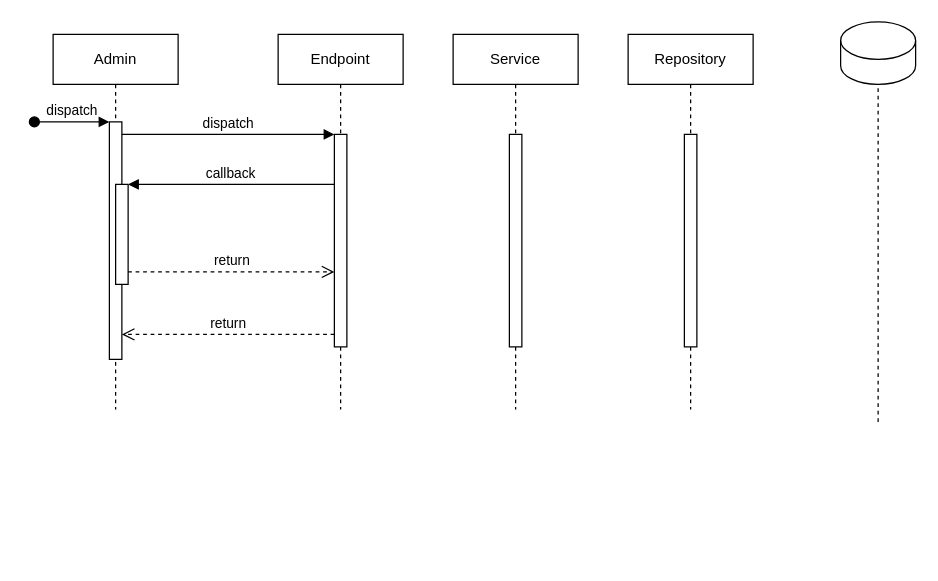
The draw.io diagram Documentation/Untitled Diagram.drawio in IvoRum/Fit-Fusion, before the edit. Source tidied: cells renumbered, new cells numbered last; positions are measured from the earlier drawing's top-left corner, leaving out a move shared by most shapes. Both pictures are drawn from the tidied source at 125%, with x=0, y=0 at pixel (34, 21).
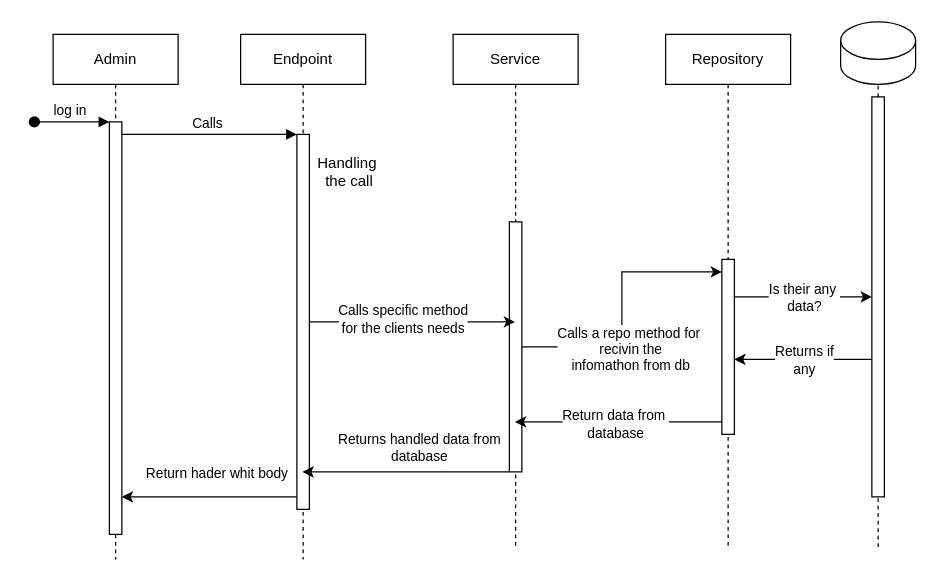
After the change.

Unchanged cells that the change refers to:
```xml
<mxCell id="16" style="shape=cylinder3;whiteSpace=wrap;html=1;boundedLbl=1;backgroundOutline=1;size=15;" parent="1" vertex="1">
  <mxGeometry x="645" width="60" height="50" as="geometry" />
</mxCell>
```

The edit, as a diff of the source:
```diff
@@
     <mxCell id="2" value="Admin" style="shape=umlLifeline;perimeter=lifelinePerimeter;whiteSpace=wrap;html=1;newEdgeStyle={&quot;edgeStyle&quot;:&quot;elbowEdgeStyle&quot;,&quot;elbow&quot;:&quot;vertical&quot;,&quot;curved&quot;:0,&quot;rounded&quot;:0};" parent="1" vertex="1">
-      <mxGeometry x="15" y="10" width="100" height="300" as="geometry" />
+      <mxGeometry x="15" y="10" width="100" height="420" as="geometry" />
     </mxCell>
     <mxCell id="3" style="html=1;points=[];perimeter=orthogonalPerimeter;outlineConnect=0;targetShapes=umlLifeline;portConstraint=eastwest;newEdgeStyle={&quot;edgeStyle&quot;:&quot;elbowEdgeStyle&quot;,&quot;elbow&quot;:&quot;vertical&quot;,&quot;curved&quot;:0,&quot;rounded&quot;:0};" parent="2" vertex="1">
-      <mxGeometry x="45" y="70" width="10" height="190" as="geometry" />
+      <mxGeometry x="45" y="70" width="10" height="330" as="geometry" />
     </mxCell>
-    <mxCell id="4" value="dispatch" style="html=1;verticalAlign=bottom;startArrow=oval;endArrow=block;startSize=8;edgeStyle=elbowEdgeStyle;elbow=vertical;curved=0;rounded=0;" parent="2" edge="1" target="3">
+    <mxCell id="4" value="log in&amp;nbsp;" style="html=1;verticalAlign=bottom;startArrow=oval;endArrow=block;startSize=8;edgeStyle=elbowEdgeStyle;elbow=vertical;curved=0;rounded=0;" parent="2" edge="1" target="3">
       <mxGeometry relative="1" as="geometry">
         <mxPoint x="-15" y="70" as="sourcePoint" />
       </mxGeometry>
     </mxCell>
-    <mxCell id="5" style="html=1;points=[];perimeter=orthogonalPerimeter;outlineConnect=0;targetShapes=umlLifeline;portConstraint=eastwest;newEdgeStyle={&quot;edgeStyle&quot;:&quot;elbowEdgeStyle&quot;,&quot;elbow&quot;:&quot;vertical&quot;,&quot;curved&quot;:0,&quot;rounded&quot;:0};" parent="2" vertex="1">
-      <mxGeometry x="50" y="120" width="10" height="80" as="geometry" />
-    </mxCell>
     <mxCell id="6" value="Endpoint" style="shape=umlLifeline;perimeter=lifelinePerimeter;whiteSpace=wrap;html=1;outlineConnect=0;portConstraint=eastwest;newEdgeStyle={&quot;edgeStyle&quot;:&quot;elbowEdgeStyle&quot;,&quot;elbow&quot;:&quot;vertical&quot;,&quot;curved&quot;:0,&quot;rounded&quot;:0};" parent="1" vertex="1">
-      <mxGeometry x="195" y="10" width="100" height="300" as="geometry" />
+      <mxGeometry x="165" y="10" width="100" height="420" as="geometry" />
     </mxCell>
     <mxCell id="7" style="html=1;points=[];perimeter=orthogonalPerimeter;outlineConnect=0;targetShapes=umlLifeline;portConstraint=eastwest;newEdgeStyle={&quot;edgeStyle&quot;:&quot;elbowEdgeStyle&quot;,&quot;elbow&quot;:&quot;vertical&quot;,&quot;curved&quot;:0,&quot;rounded&quot;:0};" parent="6" vertex="1">
-      <mxGeometry x="45" y="80" width="10" height="170" as="geometry" />
+      <mxGeometry x="45" y="80" width="10" height="300" as="geometry" />
     </mxCell>
-    <mxCell id="8" value="dispatch" style="html=1;verticalAlign=bottom;endArrow=block;edgeStyle=elbowEdgeStyle;elbow=vertical;curved=0;rounded=0;" parent="1" edge="1" source="3" target="7">
+    <mxCell id="8" value="Calls&amp;nbsp;" style="html=1;verticalAlign=bottom;endArrow=block;edgeStyle=elbowEdgeStyle;elbow=vertical;curved=0;rounded=0;" parent="1" edge="1" source="3" target="7">
       <mxGeometry relative="1" as="geometry">
         <Array as="points">
           <mxPoint x="155" y="90" />
         </Array>
       </mxGeometry>
     </mxCell>
-    <mxCell id="9" value="return" style="html=1;verticalAlign=bottom;endArrow=open;dashed=1;endSize=8;edgeStyle=elbowEdgeStyle;elbow=vertical;curved=0;rounded=0;" parent="1" edge="1" source="7" target="3">
-      <mxGeometry relative="1" as="geometry">
-        <Array as="points">
-          <mxPoint x="165" y="250" />
-        </Array>
-      </mxGeometry>
-    </mxCell>
-    <mxCell id="10" value="callback" style="html=1;verticalAlign=bottom;endArrow=block;edgeStyle=elbowEdgeStyle;elbow=vertical;curved=0;rounded=0;" parent="1" edge="1" source="7" target="5">
-      <mxGeometry relative="1" as="geometry">
-        <Array as="points">
-          <mxPoint x="165" y="130" />
-        </Array>
-      </mxGeometry>
-    </mxCell>
-    <mxCell id="11" value="return" style="html=1;verticalAlign=bottom;endArrow=open;dashed=1;endSize=8;edgeStyle=elbowEdgeStyle;elbow=vertical;curved=0;rounded=0;" parent="1" edge="1" source="5" target="7">
-      <mxGeometry relative="1" as="geometry">
-        <Array as="points">
-          <mxPoint x="155" y="200" />
-        </Array>
-      </mxGeometry>
-    </mxCell>
     <mxCell id="12" value="Service" style="shape=umlLifeline;perimeter=lifelinePerimeter;whiteSpace=wrap;html=1;outlineConnect=0;portConstraint=eastwest;newEdgeStyle={&quot;edgeStyle&quot;:&quot;elbowEdgeStyle&quot;,&quot;elbow&quot;:&quot;vertical&quot;,&quot;curved&quot;:0,&quot;rounded&quot;:0};" parent="1" vertex="1">
-      <mxGeometry x="335" y="10" width="100" height="300" as="geometry" />
+      <mxGeometry x="335" y="10" width="100" height="410" as="geometry" />
     </mxCell>
     <mxCell id="13" style="html=1;points=[];perimeter=orthogonalPerimeter;outlineConnect=0;targetShapes=umlLifeline;portConstraint=eastwest;newEdgeStyle={&quot;edgeStyle&quot;:&quot;elbowEdgeStyle&quot;,&quot;elbow&quot;:&quot;vertical&quot;,&quot;curved&quot;:0,&quot;rounded&quot;:0};" parent="12" vertex="1">
-      <mxGeometry x="45" y="80" width="10" height="170" as="geometry" />
+      <mxGeometry x="45" y="150" width="10" height="200" as="geometry" />
     </mxCell>
     <mxCell id="14" value="Repository" style="shape=umlLifeline;perimeter=lifelinePerimeter;whiteSpace=wrap;html=1;newEdgeStyle={&quot;edgeStyle&quot;:&quot;elbowEdgeStyle&quot;,&quot;elbow&quot;:&quot;vertical&quot;,&quot;curved&quot;:0,&quot;rounded&quot;:0};" parent="1" vertex="1">
-      <mxGeometry x="475" y="10" width="100" height="300" as="geometry" />
+      <mxGeometry x="505" y="10" width="100" height="410" as="geometry" />
     </mxCell>
     <mxCell id="15" style="html=1;points=[];perimeter=orthogonalPerimeter;outlineConnect=0;targetShapes=umlLifeline;portConstraint=eastwest;newEdgeStyle={&quot;edgeStyle&quot;:&quot;elbowEdgeStyle&quot;,&quot;elbow&quot;:&quot;vertical&quot;,&quot;curved&quot;:0,&quot;rounded&quot;:0};" parent="14" vertex="1">
-      <mxGeometry x="45" y="80" width="10" height="170" as="geometry" />
+      <mxGeometry x="45" y="180" width="10" height="140" as="geometry" />
     </mxCell>
@@
     <mxCell id="17" style="endArrow=none;dashed=1;html=1;rounded=0;entryX=0.5;entryY=1;entryDx=0;entryDy=0;entryPerimeter=0;" parent="1" edge="1" target="16">
       <mxGeometry relative="1" as="geometry">
-        <mxPoint x="675" y="320" as="sourcePoint" />
+        <mxPoint x="675" y="420" as="sourcePoint" />
       </mxGeometry>
     </mxCell>
+    <mxCell id="18" value="Handling&lt;br&gt;&amp;nbsp;the call" style="text;html=1;align=center;verticalAlign=middle;strokeColor=none;fillColor=none;" parent="1" vertex="1">
+      <mxGeometry x="215" y="100" width="70" height="40" as="geometry" />
+    </mxCell>
+    <mxCell id="19" style="endArrow=classic;html=1;rounded=0;" parent="1" edge="1" source="7" target="12">
+      <mxGeometry relative="1" as="geometry" />
+    </mxCell>
+    <mxCell id="20" value="Calls specific method &lt;br&gt;for the clients needs" style="edgeLabel;html=1;align=center;verticalAlign=middle;" parent="19" vertex="1">
+      <mxGeometry x="-0.1" y="3" relative="1" as="geometry" />
+    </mxCell>
+    <mxCell id="21" style="edgeStyle=elbowEdgeStyle;rounded=0;jettySize=auto;html=1;elbow=horizontal;curved=0;" parent="1" edge="1" source="13">
+      <mxGeometry relative="1" as="geometry">
+        <mxPoint x="550" y="200" as="targetPoint" />
+      </mxGeometry>
+    </mxCell>
+    <mxCell id="22" value="Calls a repo method for&amp;nbsp;&lt;br&gt;recivin the &lt;br&gt;infomathon from db" style="edgeLabel;html=1;align=center;verticalAlign=middle;" parent="21" vertex="1">
+      <mxGeometry x="-0.51" y="-1" relative="1" as="geometry">
+        <mxPoint x="32" as="offset" />
+      </mxGeometry>
+    </mxCell>
+    <mxCell id="23" style="edgeStyle=elbowEdgeStyle;rounded=0;jettySize=auto;html=1;elbow=vertical;curved=0;" parent="1" edge="1" source="25" target="15">
+      <mxGeometry relative="1" as="geometry">
+        <Array as="points">
+          <mxPoint x="615" y="270" />
+        </Array>
+      </mxGeometry>
+    </mxCell>
+    <mxCell id="24" value="Returns if&lt;br&gt;any" style="edgeLabel;html=1;align=center;verticalAlign=middle;" parent="23" vertex="1">
+      <mxGeometry x="0.16" y="-2" relative="1" as="geometry">
+        <mxPoint x="9" y="2" as="offset" />
+      </mxGeometry>
+    </mxCell>
+    <mxCell id="25" style="html=1;points=[];perimeter=orthogonalPerimeter;outlineConnect=0;targetShapes=umlLifeline;portConstraint=eastwest;newEdgeStyle={&quot;edgeStyle&quot;:&quot;elbowEdgeStyle&quot;,&quot;elbow&quot;:&quot;vertical&quot;,&quot;curved&quot;:0,&quot;rounded&quot;:0};" parent="1" vertex="1">
+      <mxGeometry x="670" y="60" width="10" height="320" as="geometry" />
+    </mxCell>
+    <mxCell id="26" style="edgeStyle=elbowEdgeStyle;rounded=0;orthogonalLoop=1;jettySize=auto;html=1;elbow=vertical;curved=0;" parent="1" edge="1">
+      <mxGeometry relative="1" as="geometry">
+        <mxPoint x="560" y="220" as="sourcePoint" />
+        <mxPoint x="670" y="220" as="targetPoint" />
+      </mxGeometry>
+    </mxCell>
+    <mxCell id="27" value="Is their any&amp;nbsp;&lt;br&gt;data?" style="edgeLabel;html=1;align=center;verticalAlign=middle;" parent="26" vertex="1">
+      <mxGeometry x="0.2" y="1" relative="1" as="geometry">
+        <mxPoint x="-11" y="1" as="offset" />
+      </mxGeometry>
+    </mxCell>
+    <mxCell id="28" style="edgeStyle=elbowEdgeStyle;rounded=0;jettySize=auto;html=1;elbow=vertical;curved=0;" parent="1" edge="1" source="15" target="12">
+      <mxGeometry relative="1" as="geometry">
+        <Array as="points">
+          <mxPoint x="492" y="320" />
+        </Array>
+      </mxGeometry>
+    </mxCell>
+    <mxCell id="29" value="Return data from&amp;nbsp;&lt;br&gt;database" style="edgeLabel;html=1;align=center;verticalAlign=middle;" parent="28" vertex="1">
+      <mxGeometry x="0.04" y="1" relative="1" as="geometry" />
+    </mxCell>
+    <mxCell id="30" style="edgeStyle=elbowEdgeStyle;rounded=0;orthogonalLoop=1;jettySize=auto;html=1;elbow=horizontal;curved=0;" parent="1" edge="1">
+      <mxGeometry relative="1" as="geometry">
+        <mxPoint x="335.2" y="350" as="sourcePoint" />
+        <mxPoint x="339.7" y="350" as="targetPoint" />
+      </mxGeometry>
+    </mxCell>
+    <mxCell id="31" value="Returns handled data from&lt;br&gt;database" style="edgeLabel;html=1;align=center;verticalAlign=middle;" parent="30" vertex="1">
+      <mxGeometry x="-0.13" y="2" relative="1" as="geometry">
+        <mxPoint x="-30" y="-8" as="offset" />
+      </mxGeometry>
+    </mxCell>
+    <mxCell id="32" style="edgeStyle=elbowEdgeStyle;rounded=0;jettySize=auto;html=1;elbow=vertical;curved=0;" parent="1" edge="1" source="13" target="6">
+      <mxGeometry relative="1" as="geometry">
+        <Array as="points">
+          <mxPoint x="325" y="360" />
+        </Array>
+      </mxGeometry>
+    </mxCell>
+    <mxCell id="9" style="edgeStyle=elbowEdgeStyle;rounded=0;jettySize=auto;html=1;elbow=vertical;curved=0;" parent="1" edge="1" source="7" target="3">
+      <mxGeometry relative="1" as="geometry">
+        <Array as="points">
+          <mxPoint x="135" y="380" />
+        </Array>
+      </mxGeometry>
+    </mxCell>
+    <mxCell id="33" value="Return hader whit body" style="edgeLabel;html=1;align=center;verticalAlign=middle;" parent="9" vertex="1">
+      <mxGeometry x="0.34" y="1" relative="1" as="geometry">
+        <mxPoint x="29" y="-21" as="offset" />
+      </mxGeometry>
+    </mxCell>
```
